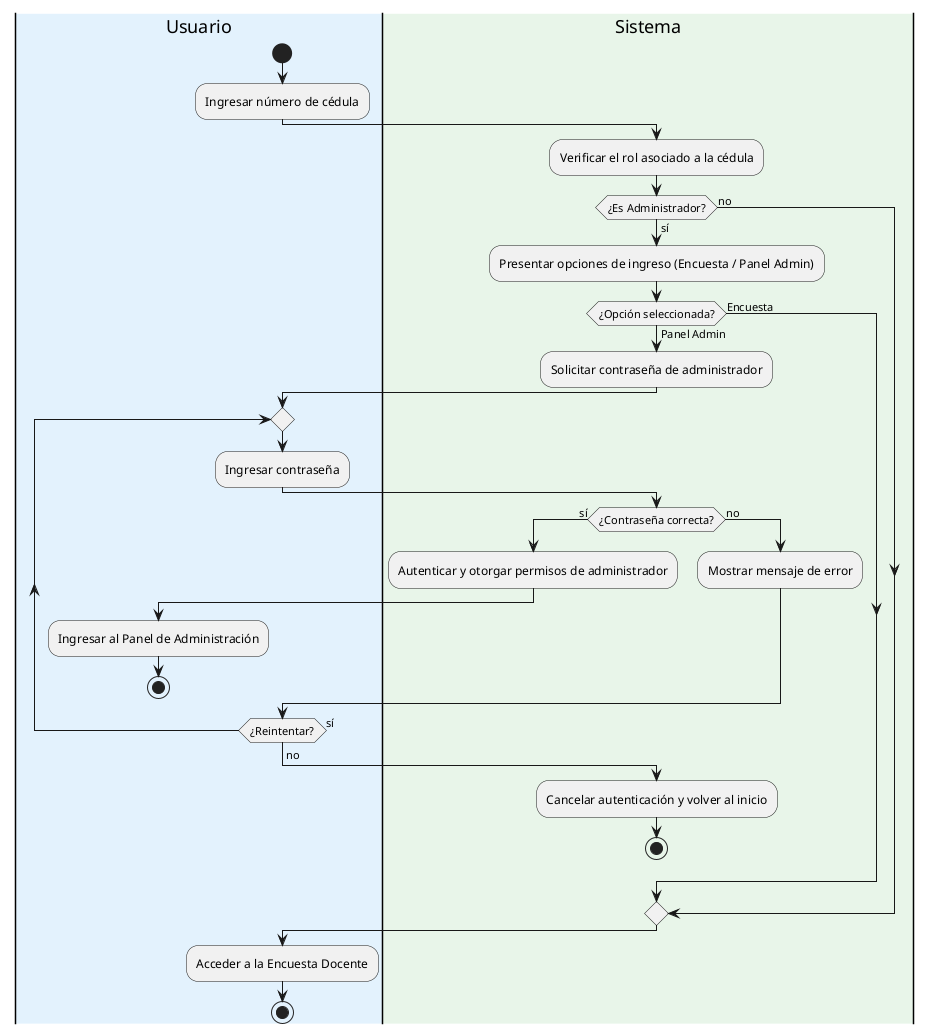
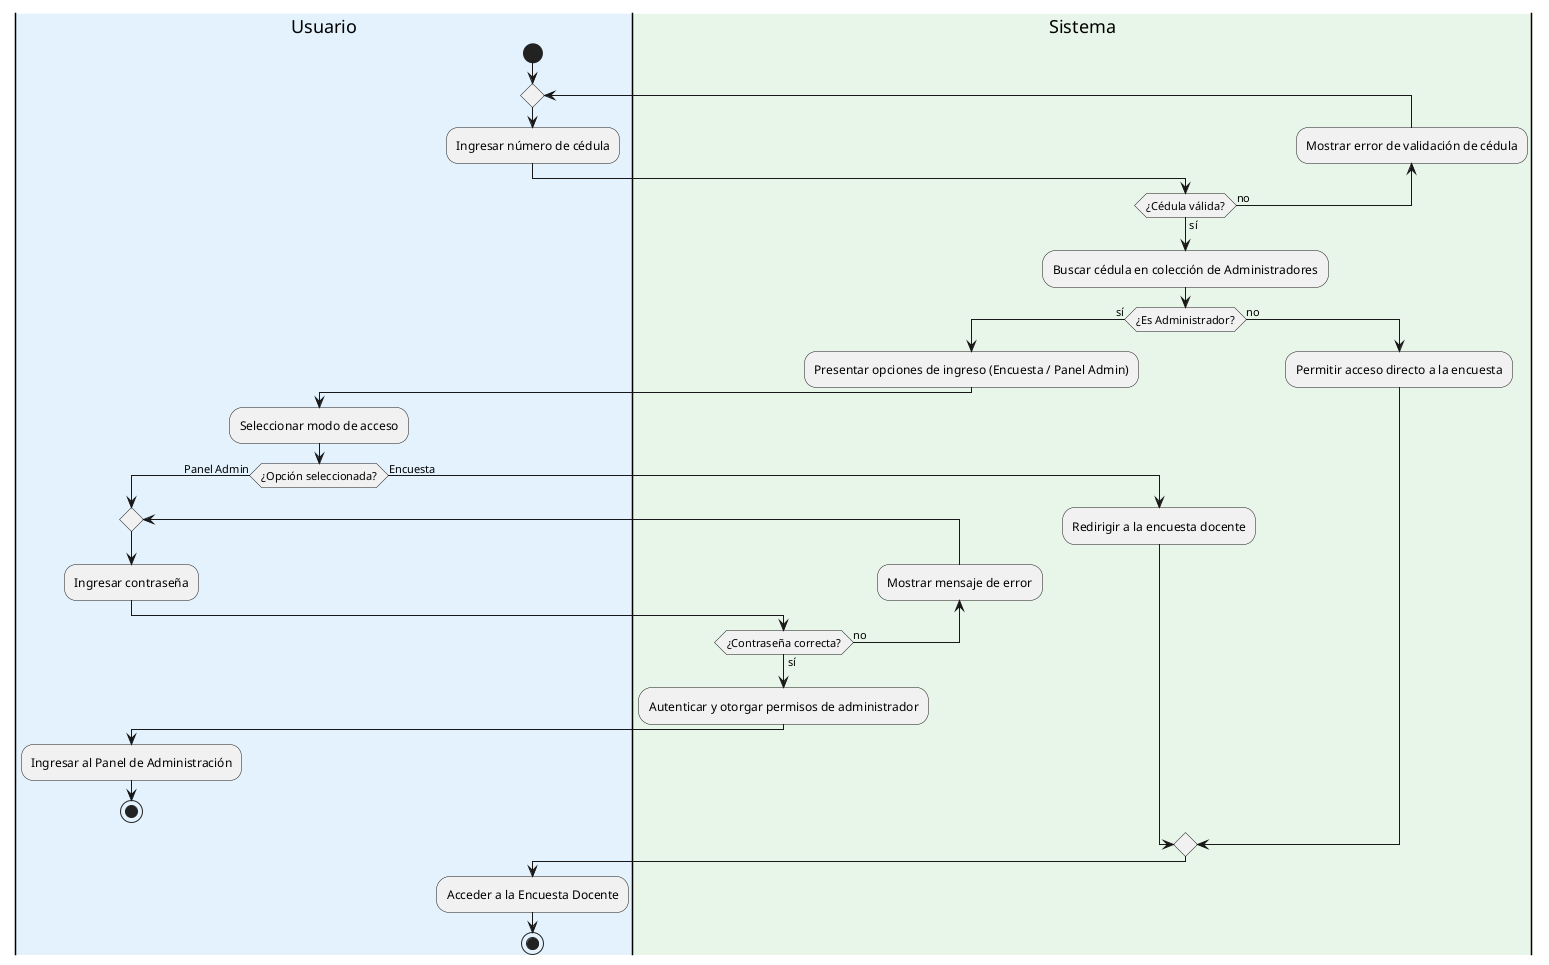
@startuml Diagrama_Proceso_Autenticacion

|#E3F2FD|Usuario|
start
- :Ingresar número de cédula;
+ repeat
+   :Ingresar número de cédula;

- |#E8F5E9|Sistema|
- :Verificar el rol asociado a la cédula;
+   |#E8F5E9|Sistema|
+ backward:Mostrar error de validación de cédula;
+ repeat while (¿Cédula válida?) is (no) not (sí)
+ 
+ :Buscar cédula en colección de Administradores;

if (¿Es Administrador?) then (sí)
  :Presentar opciones de ingreso (Encuesta / Panel Admin);

+   |#E3F2FD|Usuario|
+   :Seleccionar modo de acceso;
+ 
  if (¿Opción seleccionada?) then (Panel Admin)
-     |#E8F5E9|Sistema|
-     :Solicitar contraseña de administrador;
- 
    |#E3F2FD|Usuario|
    repeat
      :Ingresar contraseña;

      |#E8F5E9|Sistema|
-       if (¿Contraseña correcta?) then (sí)
-         :Autenticar y otorgar permisos de administrador;
-         |#E3F2FD|Usuario|
-         :Ingresar al Panel de Administración;
-         stop
-       else (no)
-         |#E8F5E9|Sistema|
-         :Mostrar mensaje de error;
-       endif
+     backward:Mostrar mensaje de error;
+     repeat while (¿Contraseña correcta?) is (no) not (sí)
+ 
+     :Autenticar y otorgar permisos de administrador;
    |#E3F2FD|Usuario|
-     repeat while (¿Reintentar?) is (sí)
-     ->no;
-     |#E8F5E9|Sistema|
-     :Cancelar autenticación y volver al inicio;
+     :Ingresar al Panel de Administración;
    stop
  else (Encuesta)
    |#E8F5E9|Sistema|
+     :Redirigir a la encuesta docente;
  endif
else (no)
  |#E8F5E9|Sistema|
+   :Permitir acceso directo a la encuesta;
endif

|#E3F2FD|Usuario|
:Acceder a la Encuesta Docente;
stop
@enduml
